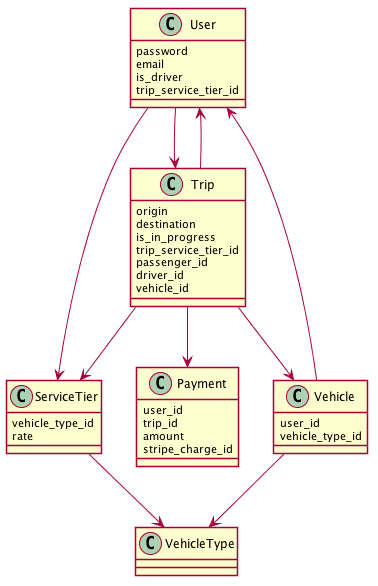
Before: diagrams/2-ride-tiers.png, a diagram exported from PlantUML (andrewhao/dddrail-talk).
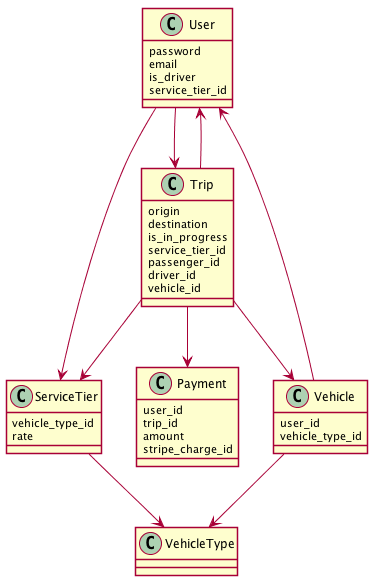
After the change.

The edit, as a diff of the source:
```diff
@@ -5,14 +5,14 @@
   password
   email
   is_driver
-  trip_service_tier_id
+  service_tier_id
 }
 
 class Trip {
   origin
   destination
   is_in_progress
-  trip_service_tier_id
+  service_tier_id
   passenger_id
   driver_id
   vehicle_id
```
